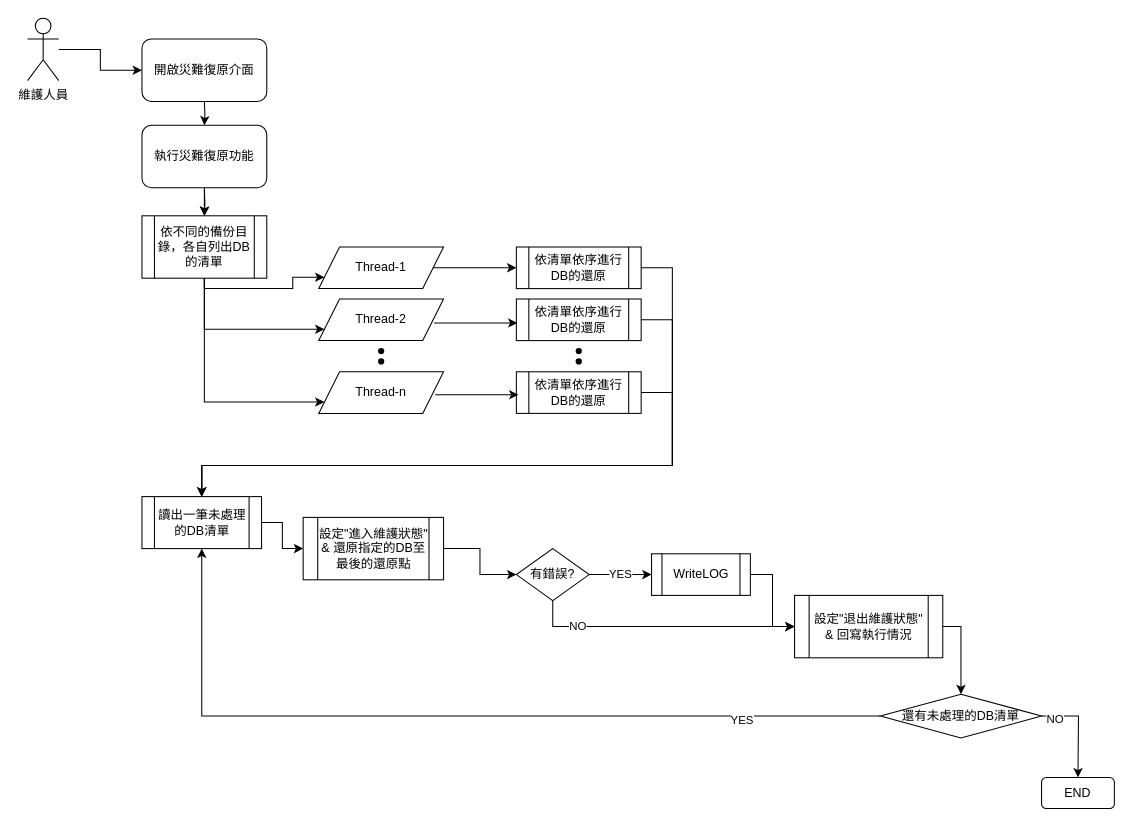
ArcareRD/sadocs keeps this draw.io diagram as asus/ASUSMaintainTool/DBRestore/SA/diagram/ASUS_disaster_recovery.drawio. Above is the earlier version. Source tidied: cells renumbered, new cells numbered last; positions are measured from the earlier drawing's top-left corner, leaving out a move shared by most shapes. Both pictures are drawn from the tidied source at 104%, with x=0, y=0 at pixel (27, 18).
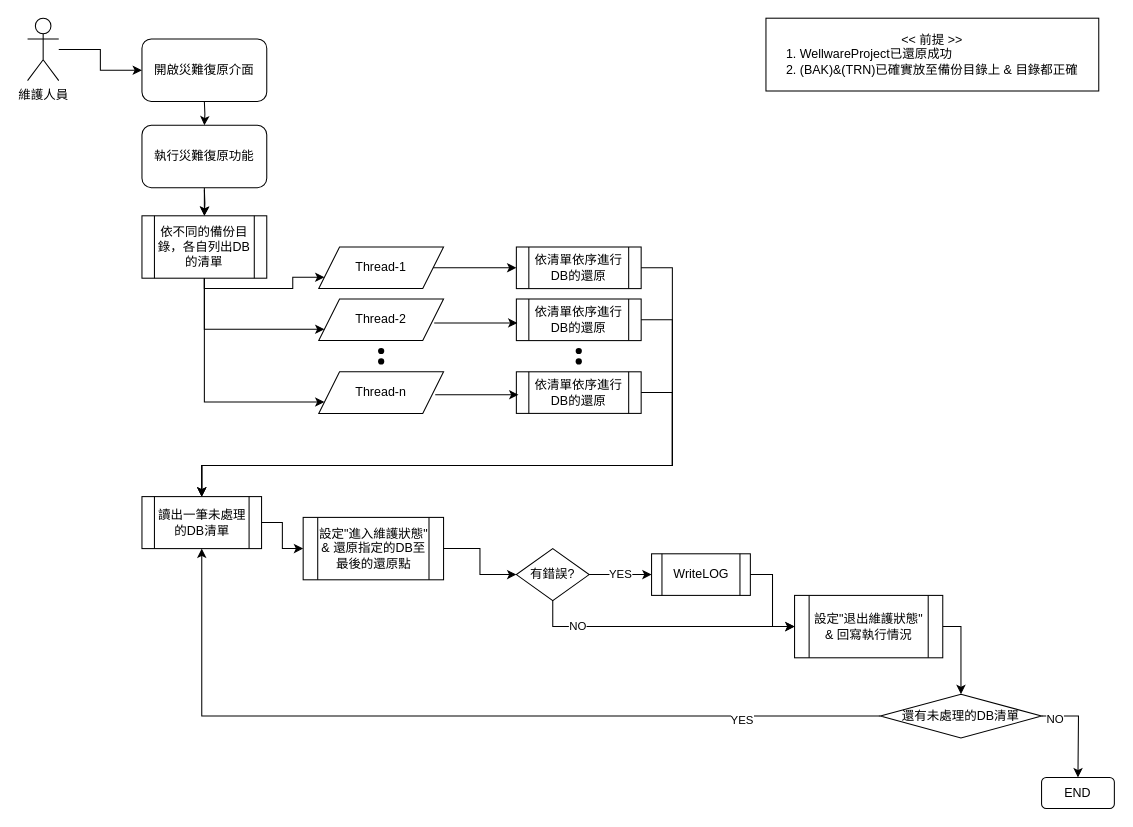
The same diagram, later.

Commit message:
增加<前提>描述

Diff of the diagram source:
```diff
@@
+    <mxCell id="49" value="&amp;lt;&amp;lt; 前提 &amp;gt;&amp;gt;&lt;br&gt;&lt;div style=&quot;text-align: left&quot;&gt;&lt;span&gt;1. WellwareProject已還原成功&lt;/span&gt;&lt;/div&gt;&lt;div style=&quot;text-align: left&quot;&gt;&lt;span&gt;2. (BAK)&amp;amp;(TRN)已確實放至備份目錄上 &amp;amp; 目錄都正確&lt;/span&gt;&lt;/div&gt;" style="rounded=0;whiteSpace=wrap;html=1;" parent="1" vertex="1">
+      <mxGeometry x="710" width="320" height="70" as="geometry" />
+    </mxCell>
```
